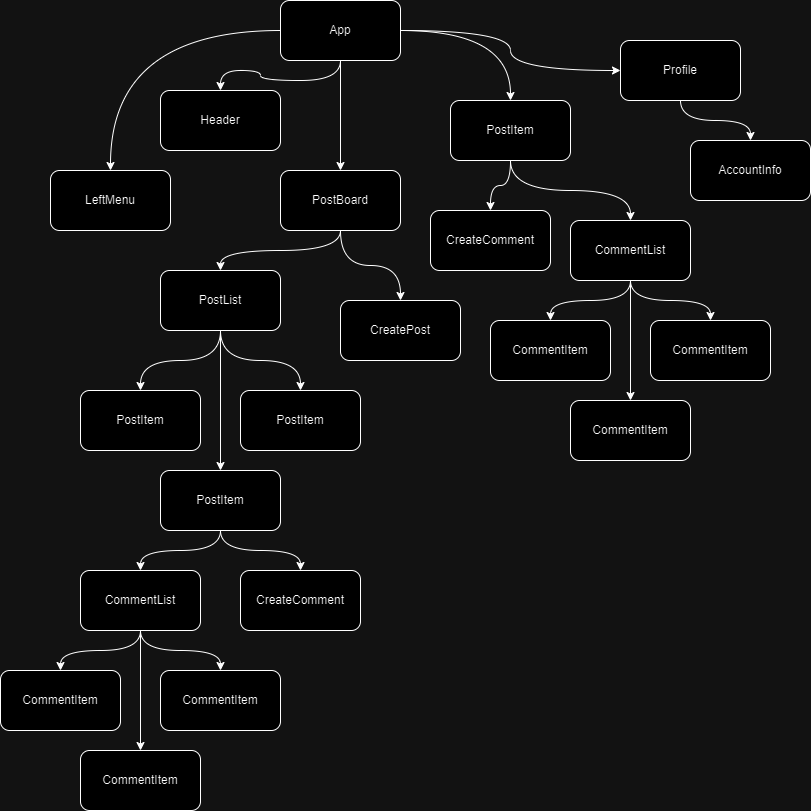
This is DashboardChallengeComponentTree.drawio.png from boolean-uk/react-cohort-dashboard-challenge, a draw.io export, as it was before one commit. Source tidied: cells renumbered, new cells last; positions are measured from the earlier drawing's top-left corner, leaving out a move shared by most shapes.
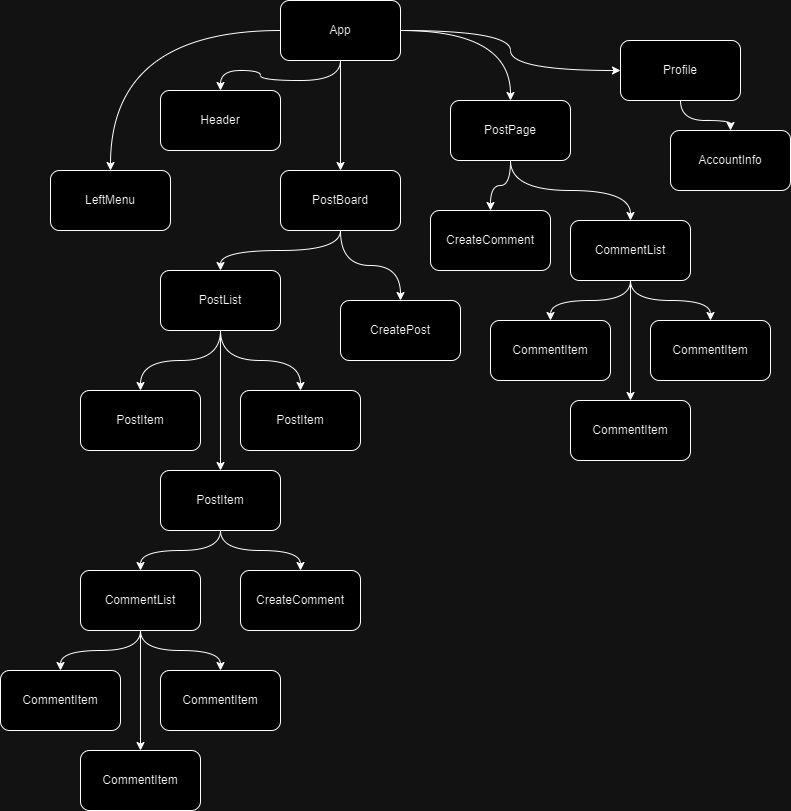
The same diagram one commit later.

Commit message:
Fixed component tree

Diff of the diagram source:
```diff
@@ -96,12 +96,12 @@
       <mxGeometry x="240" y="570" width="120" height="60" as="geometry" />
     </mxCell>
     <mxCell id="33" value="AccountInfo" style="rounded=1;whiteSpace=wrap;html=1;" parent="1" vertex="1">
-      <mxGeometry x="690" y="140" width="120" height="60" as="geometry" />
+      <mxGeometry x="670" y="130" width="120" height="60" as="geometry" />
     </mxCell>
     <mxCell id="34" style="edgeStyle=orthogonalEdgeStyle;rounded=0;jettySize=auto;html=1;curved=1;" parent="1" edge="1" source="35" target="44">
       <mxGeometry relative="1" as="geometry" />
     </mxCell>
-    <mxCell id="35" value="PostItem" style="rounded=1;whiteSpace=wrap;html=1;" parent="1" vertex="1">
+    <mxCell id="35" value="PostPage" style="rounded=1;whiteSpace=wrap;html=1;" parent="1" vertex="1">
       <mxGeometry x="450" y="100" width="120" height="60" as="geometry" />
     </mxCell>
     <mxCell id="36" style="edgeStyle=orthogonalEdgeStyle;rounded=0;jettySize=auto;html=1;curved=1;" parent="1" edge="1" source="35" target="40">
```
